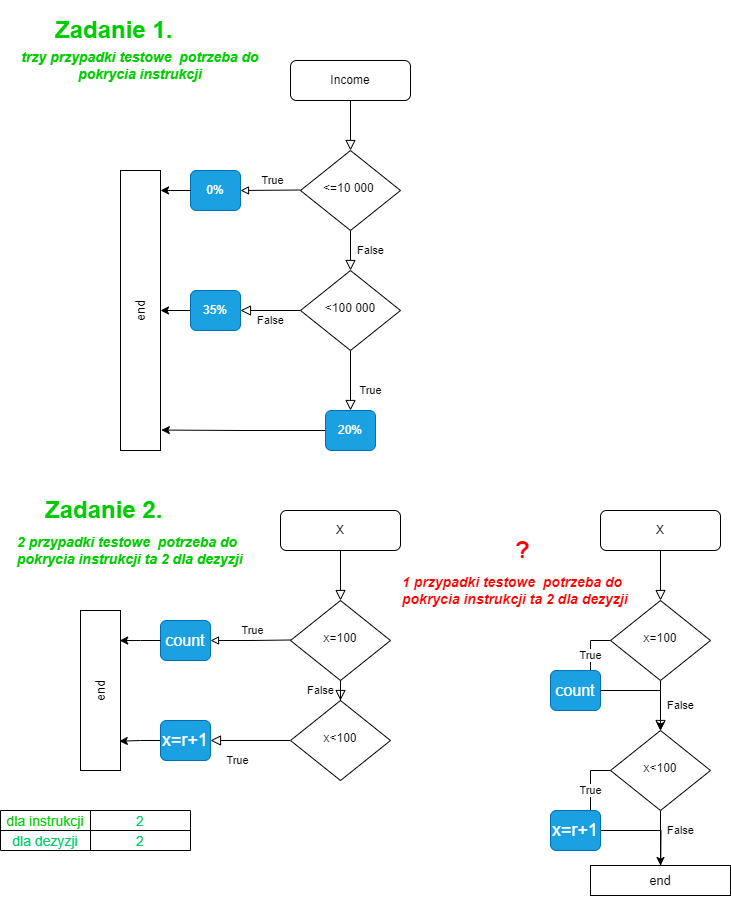
Earlier version of the draw.io export Zadania_1_2.drawio.png (Soldat72/draws_and_charts). Source tidied: cells renumbered, new cells last; positions are measured from the earlier drawing's top-left corner, leaving out a move shared by most shapes.
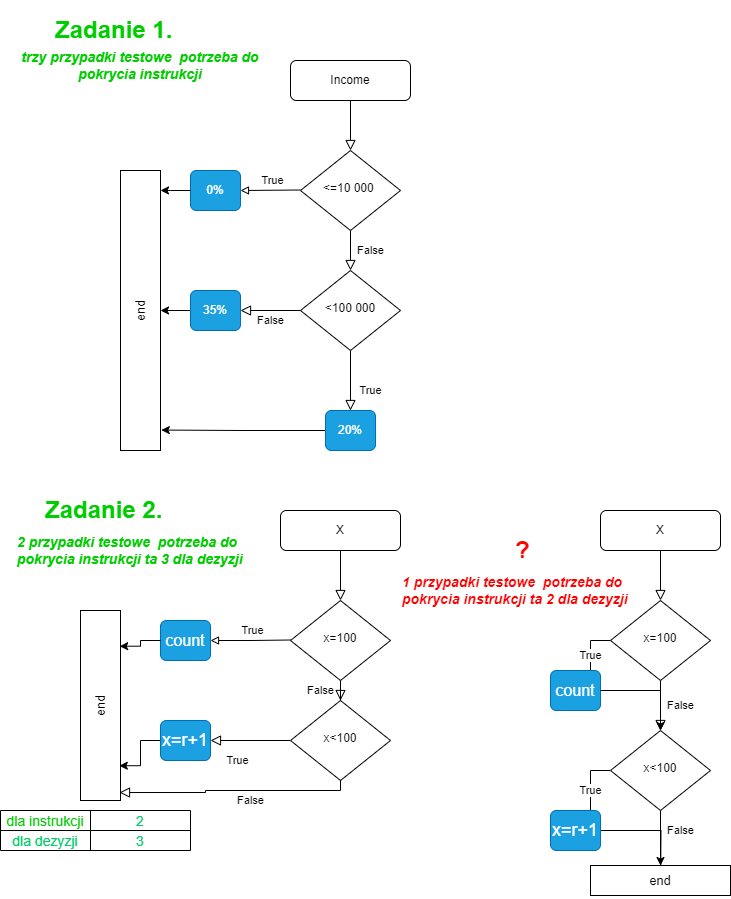
The same file after the commit.

Diff of the diagram source:
```diff
@@ -82,7 +82,7 @@
     <mxCell id="26" value="count" style="rounded=1;whiteSpace=wrap;html=1;fontSize=16;fillColor=#1ba1e2;fontColor=#ffffff;strokeColor=#006EAF;imageWidth=24;imageHeight=24;" parent="1" vertex="1">
       <mxGeometry x="160" y="610" width="50" height="40" as="geometry" />
     </mxCell>
-    <mxCell id="27" value="&lt;b style=&quot;font-size: 14px;&quot;&gt;&lt;i style=&quot;font-size: 14px;&quot;&gt;2 przypadki testowe &amp;nbsp;potrzeba do pokrycia instrukcji ta 2 dla dezyzji&lt;br&gt;&lt;/i&gt;&lt;/b&gt;" style="text;html=1;align=left;verticalAlign=middle;whiteSpace=wrap;rounded=0;fontColor=#00CC00;fontSize=14;" parent="1" vertex="1">
+    <mxCell id="27" value="&lt;b style=&quot;font-size: 14px;&quot;&gt;&lt;i style=&quot;font-size: 14px;&quot;&gt;2 przypadki testowe &amp;nbsp;potrzeba do pokrycia instrukcji ta 3 dla dezyzji&lt;br&gt;&lt;/i&gt;&lt;/b&gt;" style="text;html=1;align=left;verticalAlign=middle;whiteSpace=wrap;rounded=0;fontColor=#00CC00;fontSize=14;" parent="1" vertex="1">
       <mxGeometry x="15" y="520" width="250" height="40" as="geometry" />
     </mxCell>
     <mxCell id="28" value="&lt;h1&gt;Zadanie 2.&lt;/h1&gt;" style="text;html=1;spacing=5;spacingTop=-20;whiteSpace=wrap;overflow=hidden;rounded=0;fontColor=#00CC00;" parent="1" vertex="1">
@@ -106,7 +106,7 @@
     <mxCell id="34" value="&lt;font color=&quot;#00cc66&quot;&gt;dla dezyzji&lt;/font&gt;" style="shape=partialRectangle;html=1;whiteSpace=wrap;strokeColor=inherit;overflow=hidden;fillColor=none;top=0;left=0;bottom=0;right=0;fontColor=#009900;fontSize=14;" parent="33" vertex="1">
       <mxGeometry width="90" height="20" as="geometry" />
     </mxCell>
-    <mxCell id="35" value="&lt;font color=&quot;#00cc66&quot;&gt;2&lt;/font&gt;" style="shape=partialRectangle;html=1;whiteSpace=wrap;strokeColor=inherit;overflow=hidden;fillColor=none;top=0;left=0;bottom=0;right=0;fontColor=#009900;fontSize=14;" parent="33" vertex="1">
+    <mxCell id="35" value="&lt;font color=&quot;#00cc66&quot;&gt;3&lt;/font&gt;" style="shape=partialRectangle;html=1;whiteSpace=wrap;strokeColor=inherit;overflow=hidden;fillColor=none;top=0;left=0;bottom=0;right=0;fontColor=#009900;fontSize=14;" parent="33" vertex="1">
       <mxGeometry x="90" width="100" height="20" as="geometry" />
     </mxCell>
     <mxCell id="36" value="end" style="rounded=0;whiteSpace=wrap;html=1;textDirection=rtl;fontSize=13;direction=east;flipV=0;flipH=0;rotation=0;horizontal=0;" parent="1" vertex="1">
@@ -116,7 +116,7 @@
       <mxGeometry relative="1" as="geometry" />
     </mxCell>
     <mxCell id="38" value="end" style="rounded=0;whiteSpace=wrap;html=1;textDirection=rtl;fontSize=13;direction=east;flipV=0;flipH=0;rotation=0;horizontal=0;" parent="1" vertex="1">
-      <mxGeometry x="80" y="600" width="40" height="160" as="geometry" />
+      <mxGeometry x="80" y="600" width="40" height="190" as="geometry" />
     </mxCell>
     <mxCell id="39" style="edgeStyle=orthogonalEdgeStyle;rounded=0;jettySize=auto;html=1;entryX=0.98;entryY=0.188;entryDx=0;entryDy=0;entryPerimeter=0;" parent="1" edge="1" source="26" target="38">
       <mxGeometry relative="1" as="geometry" />
@@ -168,5 +168,14 @@
     <mxCell id="54" value="&lt;h1&gt;?&lt;/h1&gt;" style="text;html=1;strokeColor=none;fillColor=none;spacing=5;spacingTop=-20;whiteSpace=wrap;overflow=hidden;rounded=0;fontColor=#FF0000;" parent="1" vertex="1">
       <mxGeometry x="510" y="520" width="40" height="40" as="geometry" />
     </mxCell>
+    <mxCell id="55" value="False" style="rounded=0;html=1;jettySize=auto;fontSize=11;endArrow=block;endFill=0;endSize=8;strokeWidth=1;shadow=0;labelBackgroundColor=none;edgeStyle=orthogonalEdgeStyle;exitX=0.5;exitY=1;exitDx=0;exitDy=0;entryX=0.975;entryY=0.958;entryDx=0;entryDy=0;entryPerimeter=0;" parent="1" edge="1" source="23" target="38">
+      <mxGeometry x="-0.14" y="10" relative="1" as="geometry">
+        <Array as="points">
+          <mxPoint x="340" y="780" />
+          <mxPoint x="205" y="780" />
+          <mxPoint x="205" y="782" />
+        </Array>
+      </mxGeometry>
+    </mxCell>
   </root>
 </mxGraphModel>
```
